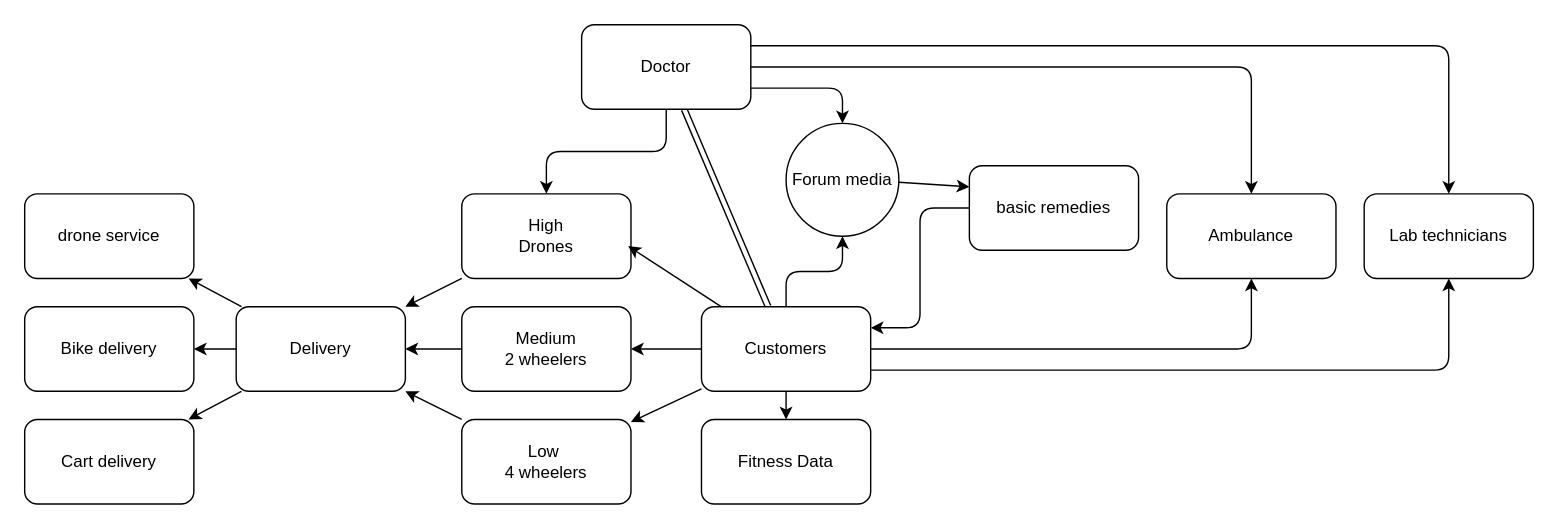
This is Enterprise.drawio from JCKawin/Mediculture, a draw.io file, before an edit. Source tidied: cells renumbered, new cells numbered last; positions are measured from the earlier drawing's top-left corner, leaving out a move shared by most shapes. Both pictures are drawn from the tidied source at 141%, with x=0, y=0 at pixel (24, 24).
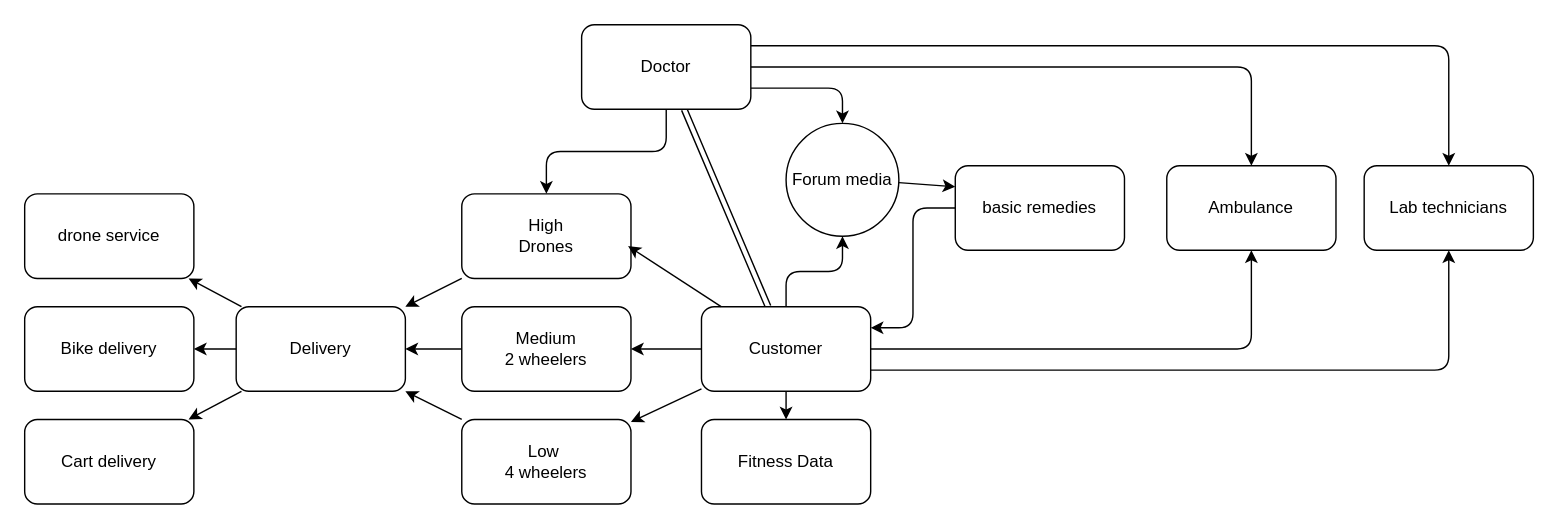
The same diagram, later.

What changed in the source:
```diff
@@
-    <mxCell id="9" value="Customers" style="rounded=1;whiteSpace=wrap;html=1;" parent="1" vertex="1">
+    <mxCell id="9" value="Customer" style="rounded=1;whiteSpace=wrap;html=1;" parent="1" vertex="1">
       <mxGeometry x="480" y="200" width="120" height="60" as="geometry" />
     </mxCell>
@@
     <mxCell id="21" value="Ambulance" style="rounded=1;whiteSpace=wrap;html=1;" parent="1" vertex="1">
-      <mxGeometry x="810" y="120" width="120" height="60" as="geometry" />
+      <mxGeometry x="810" y="100" width="120" height="60" as="geometry" />
     </mxCell>
@@
     <mxCell id="31" value="basic remedies" style="rounded=1;whiteSpace=wrap;html=1;" parent="1" vertex="1">
-      <mxGeometry x="670" y="100" width="120" height="60" as="geometry" />
+      <mxGeometry x="660" y="100" width="120" height="60" as="geometry" />
     </mxCell>
     <mxCell id="32" value="Lab technicians" style="rounded=1;whiteSpace=wrap;html=1;" parent="1" vertex="1">
-      <mxGeometry x="950" y="120" width="120" height="60" as="geometry" />
+      <mxGeometry x="950" y="100" width="120" height="60" as="geometry" />
     </mxCell>
```
